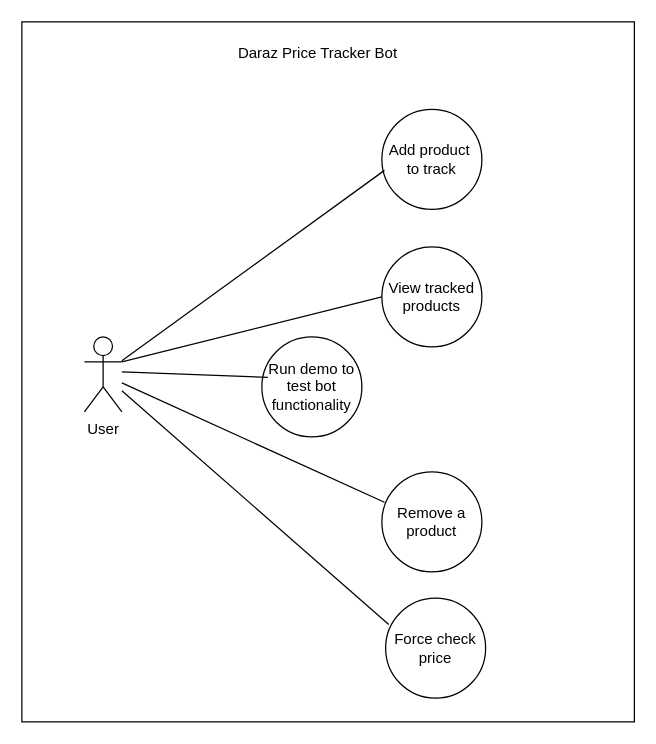
Earlier version of the draw.io diagram proj2-use-case.drawio (dinesh-58/draw.io-diagrams-storage). Source tidied: cells renumbered, new cells numbered last; positions are measured from the earlier drawing's top-left corner, leaving out a move shared by most shapes. Both pictures are drawn from the tidied source at 125%, with x=0, y=0 at pixel (21, 21).
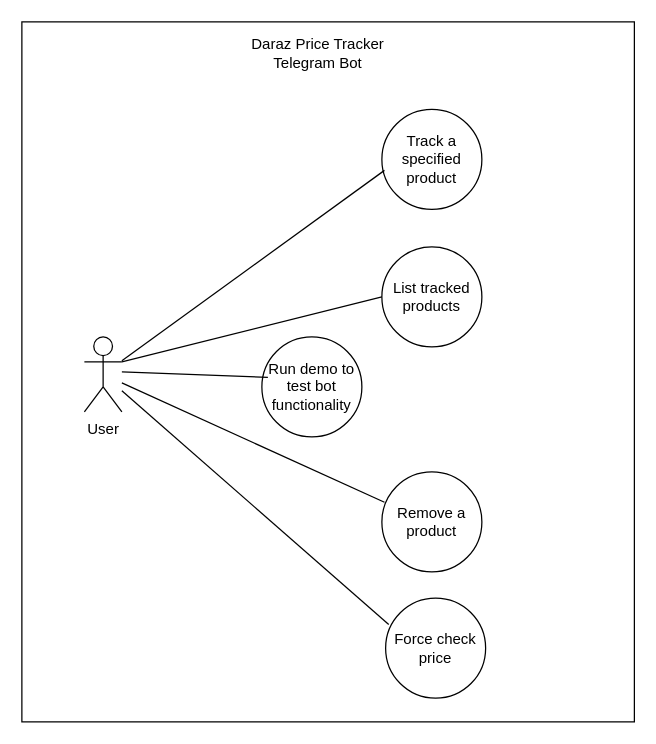
After the change.

The edit, as a diff of the source:
```diff
@@
 <mxGraphModel>
   <root>
     <mxCell id="0" />
     <mxCell id="1" parent="0" />
     <mxCell id="2" style="rounded=0;whiteSpace=wrap;html=1;" parent="1" vertex="1">
       <mxGeometry width="490" height="560" as="geometry" />
     </mxCell>
-    <mxCell id="3" value="&lt;div&gt;Add product&amp;nbsp;&lt;/div&gt;&lt;div&gt;to track&lt;/div&gt;" style="ellipse;whiteSpace=wrap;html=1;" parent="1" vertex="1">
+    <mxCell id="3" value="Track a specified product" style="ellipse;whiteSpace=wrap;html=1;" parent="1" vertex="1">
       <mxGeometry x="288" y="70" width="80" height="80" as="geometry" />
     </mxCell>
     <mxCell id="4" value="Force check price" style="ellipse;whiteSpace=wrap;html=1;" parent="1" vertex="1">
       <mxGeometry x="291" y="461" width="80" height="80" as="geometry" />
     </mxCell>
-    <mxCell id="5" value="&lt;div&gt;View tracked products&lt;/div&gt;" style="ellipse;whiteSpace=wrap;html=1;" parent="1" vertex="1">
+    <mxCell id="5" value="&lt;div&gt;List tracked products&lt;/div&gt;" style="ellipse;whiteSpace=wrap;html=1;" parent="1" vertex="1">
       <mxGeometry x="288" y="180" width="80" height="80" as="geometry" />
     </mxCell>
     <mxCell id="6" value="Remove a product" style="ellipse;whiteSpace=wrap;html=1;" parent="1" vertex="1">
       <mxGeometry x="288" y="360" width="80" height="80" as="geometry" />
     </mxCell>
     <mxCell id="7" value="Run demo to test bot functionality" style="ellipse;whiteSpace=wrap;html=1;" parent="1" vertex="1">
       <mxGeometry x="192" y="252" width="80" height="80" as="geometry" />
     </mxCell>
     <mxCell id="8" style="rounded=0;jettySize=auto;html=1;entryX=0;entryY=0.5;entryDx=0;entryDy=0;endArrow=none;endFill=0;exitX=1;exitY=0.3333333333333333;exitDx=0;exitDy=0;exitPerimeter=0;" parent="1" edge="1" source="9">
       <mxGeometry relative="1" as="geometry">
         <mxPoint x="288" y="220" as="targetPoint" />
       </mxGeometry>
     </mxCell>
     <mxCell id="9" value="User" style="shape=umlActor;verticalLabelPosition=bottom;verticalAlign=top;html=1;outlineConnect=0;" parent="1" vertex="1">
       <mxGeometry x="50" y="252" width="30" height="60" as="geometry" />
     </mxCell>
     <mxCell id="10" style="rounded=0;jettySize=auto;html=1;entryX=0.026;entryY=0.61;entryDx=0;entryDy=0;entryPerimeter=0;endArrow=none;endFill=0;" parent="1" edge="1" source="9" target="3">
       <mxGeometry relative="1" as="geometry" />
     </mxCell>
     <mxCell id="11" style="rounded=0;jettySize=auto;html=1;entryX=0.06;entryY=0.404;entryDx=0;entryDy=0;endArrow=none;endFill=0;entryPerimeter=0;" parent="1" edge="1" target="7">
       <mxGeometry relative="1" as="geometry">
         <mxPoint x="80" y="280" as="sourcePoint" />
       </mxGeometry>
     </mxCell>
     <mxCell id="12" style="rounded=0;jettySize=auto;html=1;entryX=0.026;entryY=0.304;entryDx=0;entryDy=0;endArrow=none;endFill=0;entryPerimeter=0;" parent="1" edge="1" source="9" target="6">
       <mxGeometry relative="1" as="geometry" />
     </mxCell>
     <mxCell id="13" style="rounded=0;jettySize=auto;html=1;entryX=0.031;entryY=0.264;entryDx=0;entryDy=0;endArrow=none;endFill=0;entryPerimeter=0;" parent="1" edge="1" source="9" target="4">
       <mxGeometry relative="1" as="geometry" />
     </mxCell>
-    <mxCell id="14" value="Daraz Price Tracker Bot" style="text;html=1;align=center;verticalAlign=middle;whiteSpace=wrap;rounded=0;" parent="1" vertex="1">
+    <mxCell id="14" value="Daraz Price Tracker Telegram Bot" style="text;html=1;align=center;verticalAlign=middle;whiteSpace=wrap;rounded=0;" parent="1" vertex="1">
       <mxGeometry x="162" y="10" width="150" height="30" as="geometry" />
     </mxCell>
   </root>
 </mxGraphModel>
```
